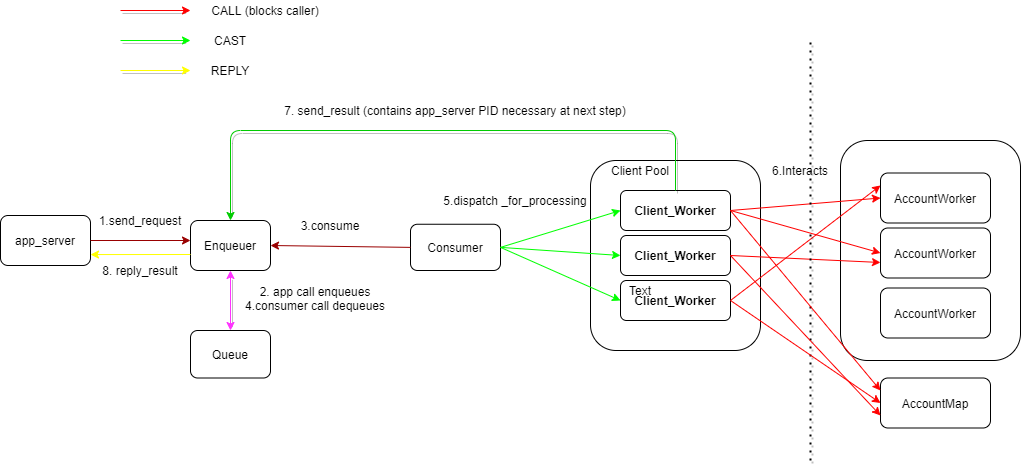
Before: system.png, a diagram exported from draw.io (sanzor/Banking-Application). Source tidied: cells renumbered, new cells last; positions are measured from the earlier drawing's top-left corner, leaving out a move shared by most shapes.
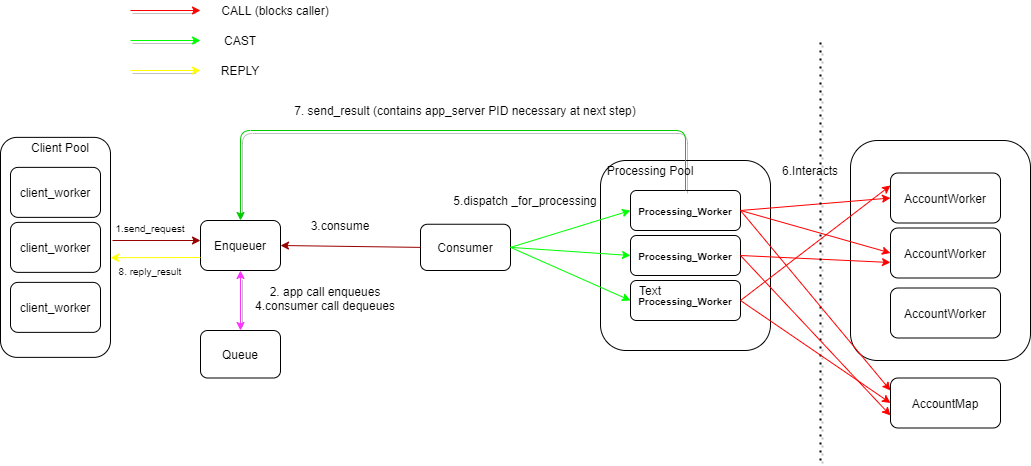
Above is the later version.

Diff of the diagram source:
```diff
@@ -2,11 +2,14 @@
   <root>
     <mxCell id="0" />
     <mxCell id="1" parent="0" />
+    <mxCell id="46" value="client_worker" style="rounded=1;whiteSpace=wrap;html=1;" parent="1" vertex="1">
+      <mxGeometry x="-10" y="136.9" width="110" height="220" as="geometry" />
+    </mxCell>
     <mxCell id="2" style="rounded=1;whiteSpace=wrap;html=1;" parent="1" vertex="1">
       <mxGeometry x="590" y="160" width="170" height="190" as="geometry" />
     </mxCell>
-    <mxCell id="3" value="app_server" style="rounded=1;whiteSpace=wrap;html=1;" parent="1" vertex="1">
-      <mxGeometry y="215" width="90" height="50" as="geometry" />
+    <mxCell id="3" value="client_worker" style="rounded=1;whiteSpace=wrap;html=1;" parent="1" vertex="1">
+      <mxGeometry y="221.9" width="90" height="50" as="geometry" />
     </mxCell>
     <mxCell id="4" value="Enqueuer" style="rounded=1;whiteSpace=wrap;html=1;" parent="1" vertex="1">
       <mxGeometry x="190" y="220" width="80" height="50" as="geometry" />
@@ -17,13 +20,13 @@
     <mxCell id="6" value="Server" style="rounded=1;whiteSpace=wrap;html=1;" parent="1" vertex="1">
       <mxGeometry x="840" y="140" width="180" height="220" as="geometry" />
     </mxCell>
-    <mxCell id="7" value="Client_Worker" style="rounded=1;whiteSpace=wrap;html=1;fontStyle=1;" parent="1" vertex="1">
+    <mxCell id="7" value="&lt;font style=&quot;font-size: 10px&quot;&gt;Processing_Worker&lt;/font&gt;" style="rounded=1;whiteSpace=wrap;html=1;fontStyle=1;" parent="1" vertex="1">
       <mxGeometry x="620" y="190" width="110" height="40" as="geometry" />
     </mxCell>
-    <mxCell id="8" value="Client_Worker" style="rounded=1;whiteSpace=wrap;html=1;fontStyle=1;" parent="1" vertex="1">
+    <mxCell id="8" value="&lt;span style=&quot;font-size: 10px&quot;&gt;Processing_Worker&lt;/span&gt;" style="rounded=1;whiteSpace=wrap;html=1;fontStyle=1;" parent="1" vertex="1">
       <mxGeometry x="620" y="235" width="110" height="40" as="geometry" />
     </mxCell>
-    <mxCell id="9" value="Client_Worker" style="rounded=1;whiteSpace=wrap;html=1;fontStyle=1;" parent="1" vertex="1">
+    <mxCell id="9" value="&lt;span style=&quot;font-size: 10px&quot;&gt;Processing_Worker&lt;/span&gt;" style="rounded=1;whiteSpace=wrap;html=1;fontStyle=1;" parent="1" vertex="1">
       <mxGeometry x="620" y="280" width="110" height="40" as="geometry" />
     </mxCell>
     <mxCell id="10" value="AccountWorker" style="rounded=1;whiteSpace=wrap;html=1;" parent="1" vertex="1">
@@ -35,8 +38,9 @@
     <mxCell id="12" value="AccountWorker" style="rounded=1;whiteSpace=wrap;html=1;" parent="1" vertex="1">
       <mxGeometry x="880" y="287.5" width="110" height="50" as="geometry" />
     </mxCell>
-    <mxCell id="13" style="endArrow=classic;html=1;exitX=1;exitY=0.5;exitDx=0;exitDy=0;fillColor=#FF0000;strokeColor=#990000;" parent="1" edge="1" source="3">
+    <mxCell id="13" style="endArrow=classic;html=1;fillColor=#FF0000;strokeColor=#990000;" parent="1" edge="1">
       <mxGeometry relative="1" as="geometry">
+        <mxPoint x="102" y="240" as="sourcePoint" />
         <mxPoint x="190" y="240" as="targetPoint" />
       </mxGeometry>
     </mxCell>
@@ -76,22 +80,21 @@
     <mxCell id="23" style="endArrow=classic;html=1;exitX=0;exitY=0.5;exitDx=0;exitDy=0;entryX=1;entryY=0.5;entryDx=0;entryDy=0;strokeColor=#990000;" parent="1" edge="1" source="5" target="4">
       <mxGeometry relative="1" as="geometry" />
     </mxCell>
-    <mxCell id="24" value="Client Pool" style="text;html=1;strokeColor=none;fillColor=none;align=center;verticalAlign=middle;whiteSpace=wrap;rounded=0;" parent="1" vertex="1">
+    <mxCell id="24" value="Processing Pool" style="text;html=1;strokeColor=none;fillColor=none;align=center;verticalAlign=middle;whiteSpace=wrap;rounded=0;" parent="1" vertex="1">
       <mxGeometry x="590" y="160" width="100" height="20" as="geometry" />
     </mxCell>
     <mxCell id="25" value="3.consume" style="text;html=1;strokeColor=none;fillColor=none;align=center;verticalAlign=middle;whiteSpace=wrap;rounded=0;" parent="1" vertex="1">
       <mxGeometry x="310" y="215" width="40" height="20" as="geometry" />
     </mxCell>
-    <mxCell id="26" value="1.send_request" style="text;html=1;strokeColor=none;fillColor=none;align=center;verticalAlign=middle;whiteSpace=wrap;rounded=0;" parent="1" vertex="1">
-      <mxGeometry x="120" y="210" width="40" height="20" as="geometry" />
+    <mxCell id="26" value="&lt;font style=&quot;font-size: 10px&quot;&gt;1.send_request&lt;/font&gt;" style="text;html=1;strokeColor=none;fillColor=none;align=center;verticalAlign=middle;whiteSpace=wrap;rounded=0;" parent="1" vertex="1">
+      <mxGeometry x="120" y="216.9" width="40" height="20" as="geometry" />
     </mxCell>
-    <mxCell id="27" value="8. reply_result" style="text;html=1;strokeColor=none;fillColor=none;align=center;verticalAlign=middle;whiteSpace=wrap;rounded=0;" parent="1" vertex="1">
+    <mxCell id="27" value="&lt;font style=&quot;font-size: 10px&quot;&gt;8. reply_result&lt;/font&gt;" style="text;html=1;strokeColor=none;fillColor=none;align=center;verticalAlign=middle;whiteSpace=wrap;rounded=0;" parent="1" vertex="1">
       <mxGeometry x="90" y="260" width="100" height="20" as="geometry" />
     </mxCell>
-    <mxCell id="28" style="endArrow=classic;html=1;entryX=1;entryY=0.5;entryDx=0;entryDy=0;strokeColor=#FFFF00;" parent="1" edge="1">
+    <mxCell id="28" style="endArrow=classic;html=1;strokeColor=#FFFF00;entryX=1;entryY=0.547;entryDx=0;entryDy=0;entryPerimeter=0;" parent="1" edge="1" target="46">
       <mxGeometry relative="1" as="geometry">
-        <mxPoint x="190" y="254" as="sourcePoint" />
-        <mxPoint x="90" y="254.1" as="targetPoint" />
+        <mxPoint x="190" y="257" as="sourcePoint" />
       </mxGeometry>
     </mxCell>
     <mxCell id="29" value="Text" style="text;html=1;strokeColor=none;fillColor=none;align=center;verticalAlign=middle;whiteSpace=wrap;rounded=0;" parent="1" vertex="1">
@@ -161,5 +164,14 @@
     <mxCell id="45" style="endArrow=classic;html=1;exitX=1;exitY=0.5;exitDx=0;exitDy=0;fillColor=#FF0000;strokeColor=#FF0000;entryX=0;entryY=0.75;entryDx=0;entryDy=0;" parent="1" edge="1" source="8" target="42">
       <mxGeometry relative="1" as="geometry" />
     </mxCell>
+    <mxCell id="47" value="client_worker" style="rounded=1;whiteSpace=wrap;html=1;" parent="1" vertex="1">
+      <mxGeometry y="166.9" width="90" height="50" as="geometry" />
+    </mxCell>
+    <mxCell id="48" value="client_worker" style="rounded=1;whiteSpace=wrap;html=1;" parent="1" vertex="1">
+      <mxGeometry y="281.9" width="90" height="50" as="geometry" />
+    </mxCell>
+    <mxCell id="49" value="Client Pool" style="text;html=1;strokeColor=none;fillColor=none;align=center;verticalAlign=middle;whiteSpace=wrap;rounded=0;" parent="1" vertex="1">
+      <mxGeometry y="136.9" width="100" height="20" as="geometry" />
+    </mxCell>
   </root>
 </mxGraphModel>
```
